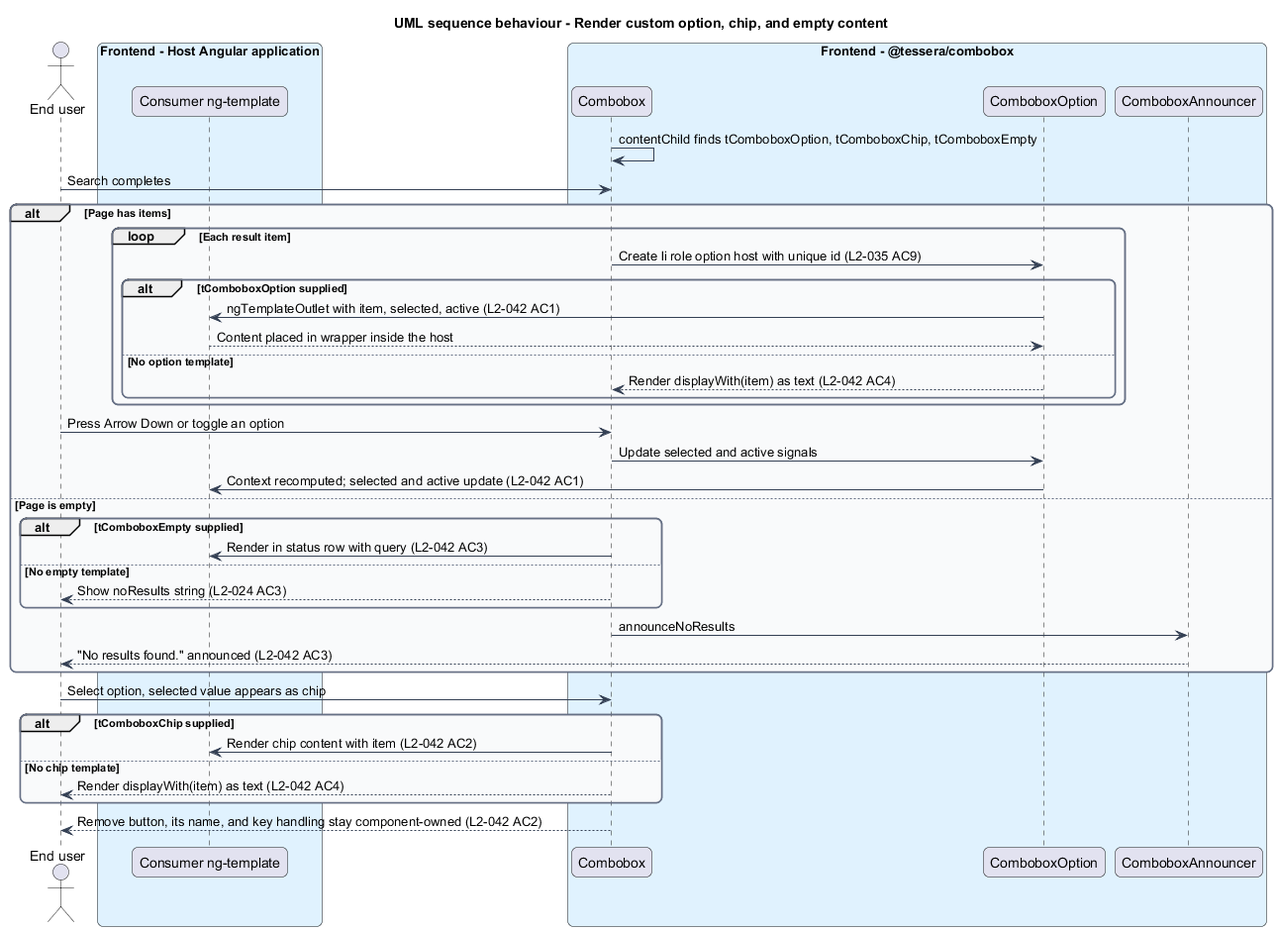
QuinntyneBrown/Tessera keeps this PlantUML diagram as docs/detailed-designs/combobox/customize-and-localise/diagrams/sequence-render-slots.png. Above is the earlier version. The source it was exported from:
```plantuml
@startuml
title UML sequence behaviour - Render custom option, chip, and empty content
skinparam backgroundColor #FFFFFF
skinparam shadowing false
skinparam roundcorner 12
skinparam defaultFontName Arial
skinparam ArrowColor #344054
skinparam rectangle {
  BorderColor #344054
  FontColor #101828
}
skinparam package {
  BorderColor #667085
  FontColor #101828
  BackgroundColor #F9FAFB
}
actor "End user" as user
box "Frontend - Host Angular application" #E0F2FE
  participant "Consumer ng-template" as tpl
end box
box "Frontend - @tessera/combobox" #E0F2FE
  participant "Combobox" as cb
  participant "ComboboxOption" as opt
  participant "ComboboxAnnouncer" as ann
end box

cb -> cb : contentChild finds tComboboxOption, tComboboxChip, tComboboxEmpty
user -> cb : Search completes
alt Page has items
  loop Each result item
    cb -> opt : Create li role option host with unique id (L2-035 AC9)
    alt tComboboxOption supplied
      opt -> tpl : ngTemplateOutlet with item, selected, active (L2-042 AC1)
      tpl --> opt : Content placed in wrapper inside the host
    else No option template
      opt --> cb : Render displayWith(item) as text (L2-042 AC4)
    end
  end
  user -> cb : Press Arrow Down or toggle an option
  cb -> opt : Update selected and active signals
  opt -> tpl : Context recomputed; selected and active update (L2-042 AC1)
else Page is empty
  alt tComboboxEmpty supplied
    cb -> tpl : Render in status row with query (L2-042 AC3)
  else No empty template
    cb --> user : Show noResults string (L2-024 AC3)
  end
  cb -> ann : announceNoResults
  ann --> user : "No results found." announced (L2-042 AC3)
end
user -> cb : Select option, selected value appears as chip
alt tComboboxChip supplied
  cb -> tpl : Render chip content with item (L2-042 AC2)
else No chip template
  cb --> user : Render displayWith(item) as text (L2-042 AC4)
end
cb --> user : Remove button, its name, and key handling stay component-owned (L2-042 AC2)
@enduml
```
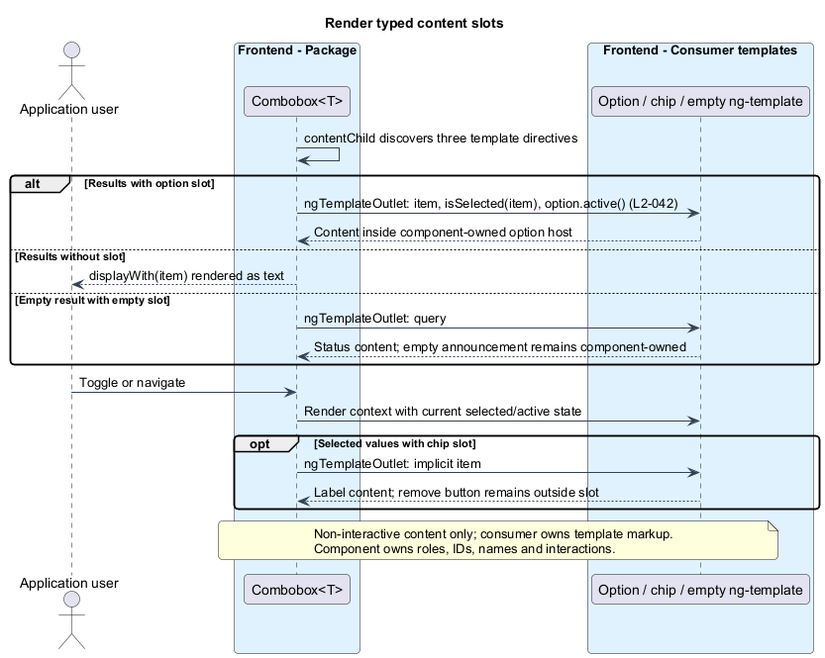
Above is the later version.

What changed in the source:
```diff
@@ -1,58 +1,42 @@
 @startuml
-title UML sequence behaviour - Render custom option, chip, and empty content
 skinparam backgroundColor #FFFFFF
 skinparam shadowing false
-skinparam roundcorner 12
+skinparam roundcorner 8
 skinparam defaultFontName Arial
 skinparam ArrowColor #344054
-skinparam rectangle {
+skinparam class {
   BorderColor #344054
-  FontColor #101828
-}
-skinparam package {
-  BorderColor #667085
   FontColor #101828
   BackgroundColor #F9FAFB
 }
-actor "End user" as user
-box "Frontend - Host Angular application" #E0F2FE
-  participant "Consumer ng-template" as tpl
+title Render typed content slots
+actor "Application user" as user
+box "Frontend - Package" #E0F2FE
+  participant "Combobox<T>" as cb
 end box
-box "Frontend - @tessera/combobox" #E0F2FE
-  participant "Combobox" as cb
-  participant "ComboboxOption" as opt
-  participant "ComboboxAnnouncer" as ann
+box "Frontend - Consumer templates" #E0F2FE
+  participant "Option / chip / empty ng-template" as tpl
 end box
 
-cb -> cb : contentChild finds tComboboxOption, tComboboxChip, tComboboxEmpty
-user -> cb : Search completes
-alt Page has items
-  loop Each result item
-    cb -> opt : Create li role option host with unique id (L2-035 AC9)
-    alt tComboboxOption supplied
-      opt -> tpl : ngTemplateOutlet with item, selected, active (L2-042 AC1)
-      tpl --> opt : Content placed in wrapper inside the host
-    else No option template
-      opt --> cb : Render displayWith(item) as text (L2-042 AC4)
-    end
-  end
-  user -> cb : Press Arrow Down or toggle an option
-  cb -> opt : Update selected and active signals
-  opt -> tpl : Context recomputed; selected and active update (L2-042 AC1)
-else Page is empty
-  alt tComboboxEmpty supplied
-    cb -> tpl : Render in status row with query (L2-042 AC3)
-  else No empty template
-    cb --> user : Show noResults string (L2-024 AC3)
-  end
-  cb -> ann : announceNoResults
-  ann --> user : "No results found." announced (L2-042 AC3)
+
+cb -> cb : contentChild discovers three template directives
+alt Results with option slot
+  cb -> tpl : ngTemplateOutlet: item, isSelected(item), option.active() (L2-042)
+  tpl --> cb : Content inside component-owned option host
+else Results without slot
+  cb --> user : displayWith(item) rendered as text
+else Empty result with empty slot
+  cb -> tpl : ngTemplateOutlet: query
+  tpl --> cb : Status content; empty announcement remains component-owned
 end
-user -> cb : Select option, selected value appears as chip
-alt tComboboxChip supplied
-  cb -> tpl : Render chip content with item (L2-042 AC2)
-else No chip template
-  cb --> user : Render displayWith(item) as text (L2-042 AC4)
+user -> cb : Toggle or navigate
+cb -> tpl : Render context with current selected/active state
+opt Selected values with chip slot
+  cb -> tpl : ngTemplateOutlet: implicit item
+  tpl --> cb : Label content; remove button remains outside slot
 end
-cb --> user : Remove button, its name, and key handling stay component-owned (L2-042 AC2)
+note over cb, tpl
+  Non-interactive content only; consumer owns template markup.
+  Component owns roles, IDs, names and interactions.
+end note
 @enduml
```
